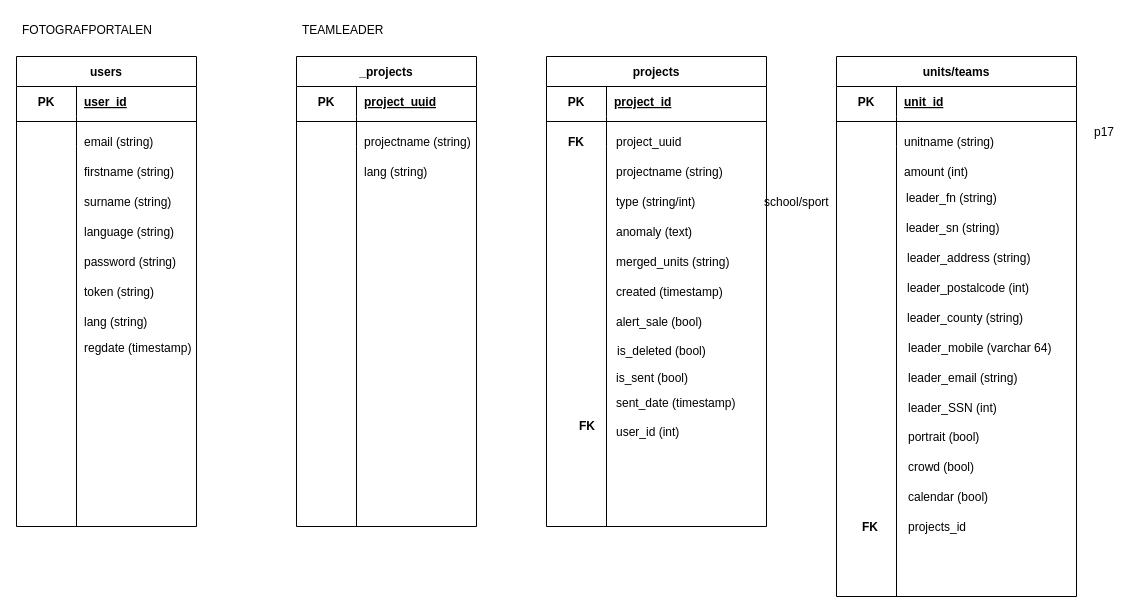
This is tables.drawio from LucasHSchuber/fotografportalen_new, a draw.io file, before an edit. Source tidied: cells renumbered, new cells numbered last; positions are measured from the earlier drawing's top-left corner, leaving out a move shared by most shapes. Both pictures are drawn from the tidied source at 100%, with x=0, y=0 at pixel (16, 16).
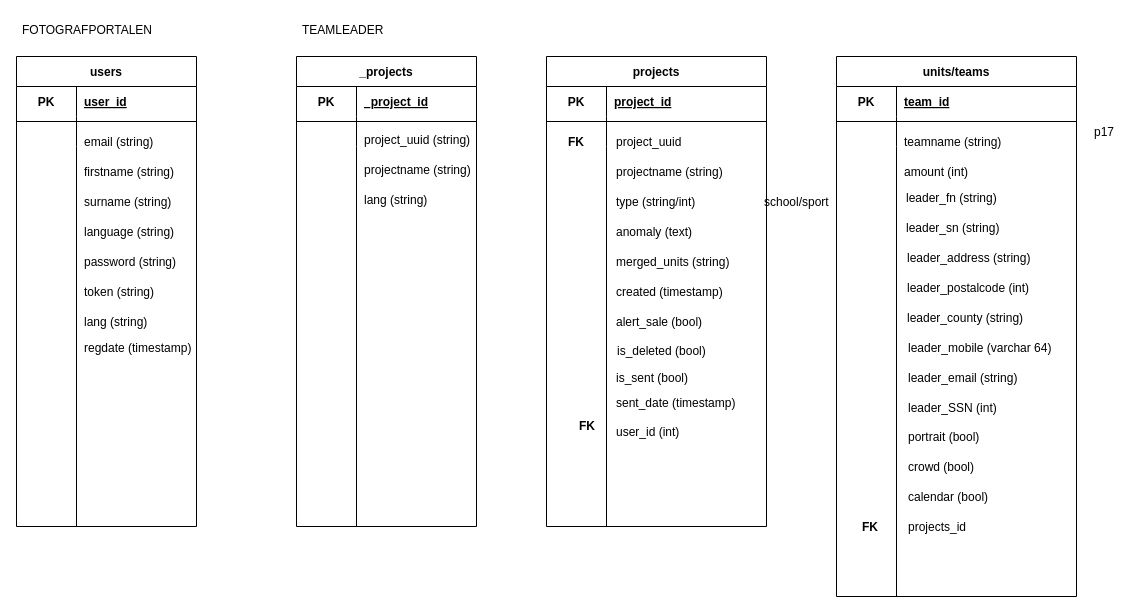
After the change.

The change refers to these unchanged cells:
```xml
<mxCell id="20" style="shape=tableRow;horizontal=0;startSize=0;swimlaneHead=0;swimlaneBody=0;fillColor=none;top=0;left=0;right=0;bottom=0;" parent="19" vertex="1">
  <mxGeometry y="30" width="180" height="30" as="geometry" />
</mxCell>
<mxCell id="54" style="shape=tableRow;horizontal=0;startSize=0;swimlaneHead=0;swimlaneBody=0;fillColor=none;top=0;left=0;right=0;bottom=0;" parent="53" vertex="1">
  <mxGeometry y="30" width="240" height="30" as="geometry" />
</mxCell>
```

The edit, as a diff of the source:
```diff
@@
-    <mxCell id="22" value="project_uuid" style="shape=partialRectangle;fillColor=none;top=0;left=0;bottom=0;right=0;align=left;spacingLeft=6;fontStyle=5;overflow=hidden;" parent="20" vertex="1">
+    <mxCell id="22" value="_project_id" style="shape=partialRectangle;fillColor=none;top=0;left=0;bottom=0;right=0;align=left;spacingLeft=6;fontStyle=5;overflow=hidden;" parent="20" vertex="1">
       <mxGeometry x="60" width="120" height="30" as="geometry" />
     </mxCell>
@@
     <mxCell id="30" value="lang (string)" style="shape=partialRectangle;fillColor=none;top=0;left=0;bottom=0;right=0;align=left;spacingLeft=6;overflow=hidden;" parent="1" vertex="1">
-      <mxGeometry x="340" y="140" width="120" height="30" as="geometry" />
+      <mxGeometry x="340" y="168" width="120" height="30" as="geometry" />
     </mxCell>
     <mxCell id="31" value="projectname (string)" style="shape=partialRectangle;fillColor=none;top=0;left=0;bottom=0;right=0;align=left;spacingLeft=6;overflow=hidden;" parent="1" vertex="1">
-      <mxGeometry x="340" y="110" width="120" height="30" as="geometry" />
+      <mxGeometry x="340" y="138" width="120" height="30" as="geometry" />
     </mxCell>
@@
-    <mxCell id="56" value="unit_id" style="shape=partialRectangle;fillColor=none;top=0;left=0;bottom=0;right=0;align=left;spacingLeft=6;fontStyle=5;overflow=hidden;" parent="54" vertex="1">
+    <mxCell id="56" value="team_id" style="shape=partialRectangle;fillColor=none;top=0;left=0;bottom=0;right=0;align=left;spacingLeft=6;fontStyle=5;overflow=hidden;" parent="54" vertex="1">
       <mxGeometry x="60" width="180" height="30" as="geometry" />
     </mxCell>
@@
-    <mxCell id="64" value="unitname (string)" style="shape=partialRectangle;fillColor=none;top=0;left=0;bottom=0;right=0;align=left;spacingLeft=6;overflow=hidden;" parent="1" vertex="1">
+    <mxCell id="64" value="teamname (string)" style="shape=partialRectangle;fillColor=none;top=0;left=0;bottom=0;right=0;align=left;spacingLeft=6;overflow=hidden;" parent="1" vertex="1">
       <mxGeometry x="880" y="110" width="120" height="30" as="geometry" />
     </mxCell>
@@
+    <mxCell id="88" value="project_uuid (string)" style="shape=partialRectangle;fillColor=none;top=0;left=0;bottom=0;right=0;align=left;spacingLeft=6;overflow=hidden;" parent="1" vertex="1">
+      <mxGeometry x="340" y="108" width="120" height="30" as="geometry" />
+    </mxCell>
```
